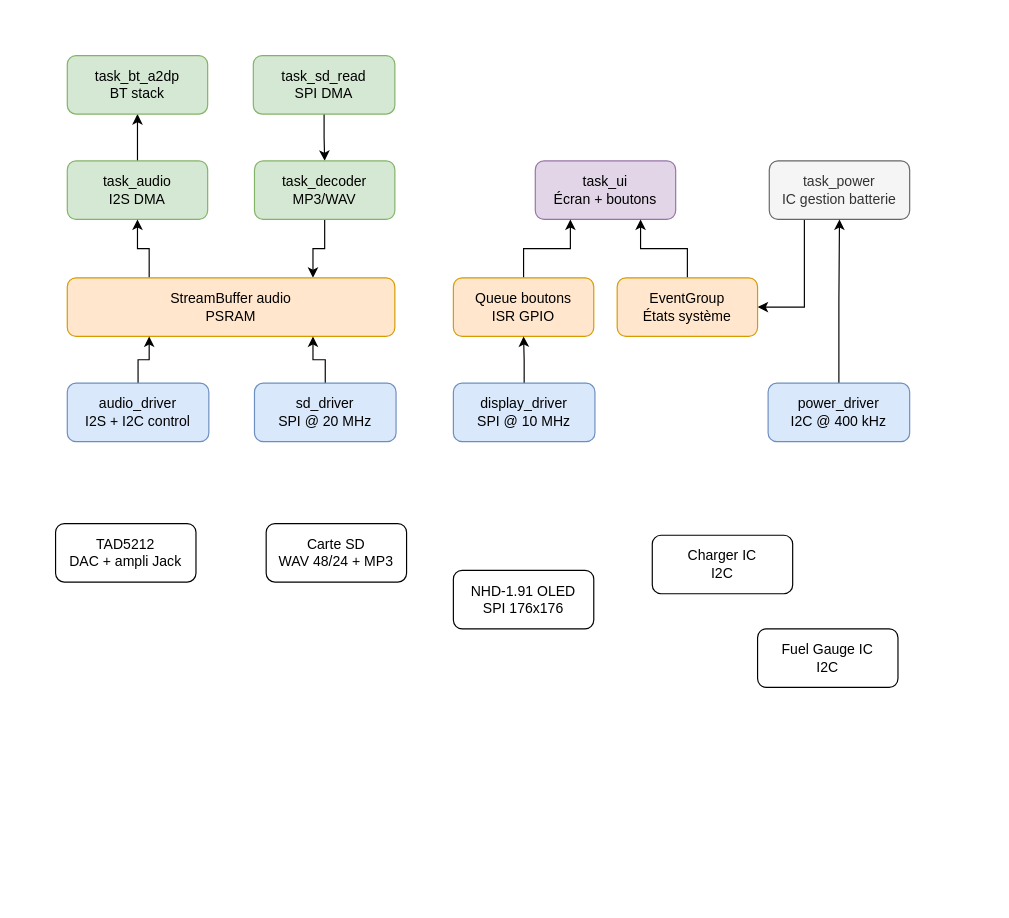
dossantosyann/iPod2.0_Latex_Report keeps this draw.io diagram as assets/figures/Architecture_logicielle.drawio. Above is the earlier version. Source tidied: cells renumbered, new cells numbered last; positions are measured from the earlier drawing's top-left corner, leaving out a move shared by most shapes. Both pictures are drawn from the tidied source at 117%, with x=0, y=0 at pixel (55, 55).
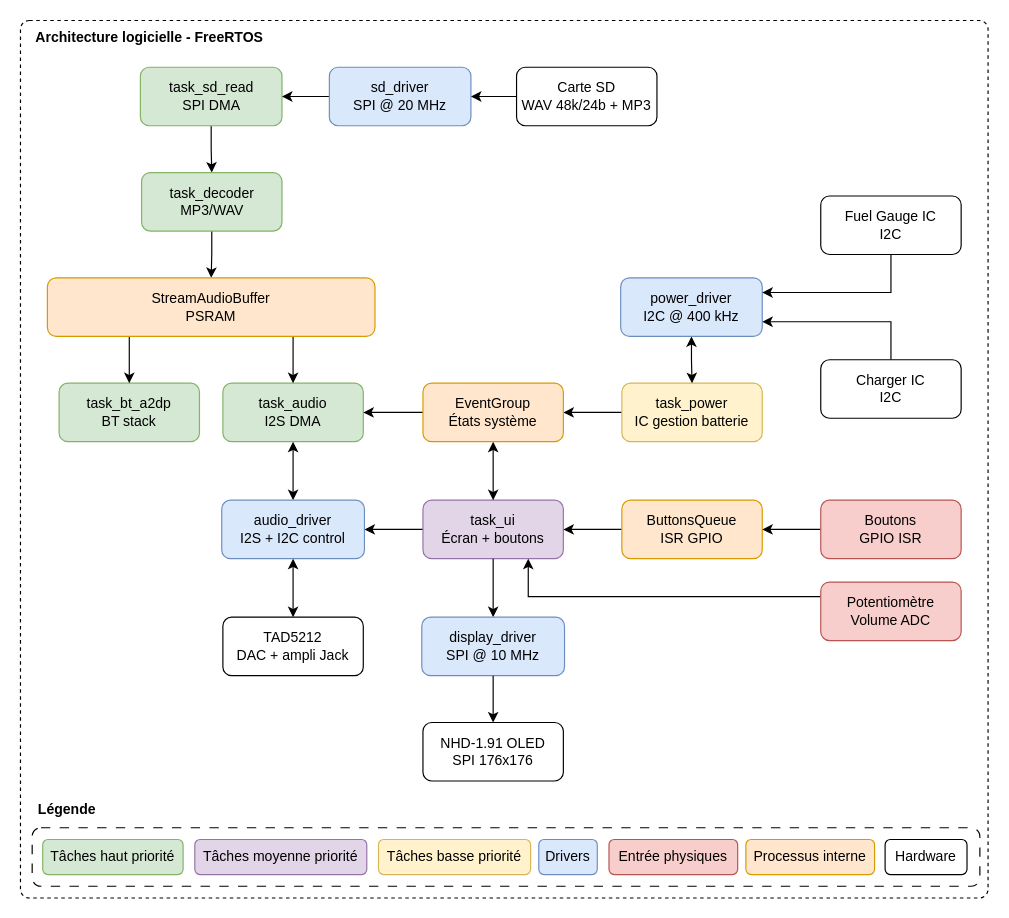
The same page after the edit.

Commit message:
Mettre à jour Architecture_logicielle.drawio

Diff of the diagram source:
```diff
@@
-    <mxCell id="2" style="edgeStyle=orthogonalEdgeStyle;rounded=0;jettySize=auto;html=1;exitX=0.5;exitY=0;exitDx=0;exitDy=0;entryX=0.5;entryY=1;entryDx=0;entryDy=0;" parent="1" edge="1" source="3" target="4">
-      <mxGeometry relative="1" as="geometry" />
-    </mxCell>
+    <mxCell id="31" style="rounded=1;whiteSpace=wrap;html=1;dashed=1;arcSize=1;" parent="1" vertex="1">
+      <mxGeometry x="-30" y="-30" width="827" height="750" as="geometry" />
+    </mxCell>
+    <mxCell id="32" style="rounded=1;whiteSpace=wrap;html=1;dashed=1;dashPattern=8 8;" parent="1" vertex="1">
+      <mxGeometry x="-20" y="660" width="810" height="50" as="geometry" />
+    </mxCell>
+    <mxCell id="33" style="edgeStyle=orthogonalEdgeStyle;rounded=0;jettySize=auto;html=1;startArrow=classic;startFill=1;" parent="1" edge="1" source="3" target="19">
+      <mxGeometry relative="1" as="geometry" />
+    </mxCell>
     <mxCell id="3" value="&lt;div&gt;task_audio&lt;/div&gt;&lt;div&gt;I2S DMA&lt;/div&gt;" style="rounded=1;whiteSpace=wrap;html=1;fillColor=#d5e8d4;strokeColor=#82b366;" parent="1" vertex="1">
-      <mxGeometry x="10" y="90" width="120" height="50" as="geometry" />
+      <mxGeometry x="143" y="280" width="120" height="50" as="geometry" />
     </mxCell>
     <mxCell id="4" value="&lt;div&gt;task_bt_a2dp&lt;/div&gt;&lt;div&gt;BT stack&lt;/div&gt;" style="rounded=1;whiteSpace=wrap;html=1;fillColor=#d5e8d4;strokeColor=#82b366;" parent="1" vertex="1">
-      <mxGeometry x="10" width="120" height="50" as="geometry" />
+      <mxGeometry x="3" y="280" width="120" height="50" as="geometry" />
     </mxCell>
@@
     <mxCell id="6" value="&lt;div&gt;task_sd_read&lt;/div&gt;&lt;div&gt;SPI DMA&lt;/div&gt;" style="rounded=1;whiteSpace=wrap;html=1;fillColor=#d5e8d4;strokeColor=#82b366;" parent="1" vertex="1">
-      <mxGeometry x="169" width="121" height="50" as="geometry" />
+      <mxGeometry x="72.5" y="10" width="121" height="50" as="geometry" />
     </mxCell>
-    <mxCell id="7" style="edgeStyle=orthogonalEdgeStyle;rounded=0;jettySize=auto;html=1;exitX=0.5;exitY=1;exitDx=0;exitDy=0;entryX=0.75;entryY=0;entryDx=0;entryDy=0;" parent="1" edge="1" source="8" target="13">
+    <mxCell id="7" style="edgeStyle=orthogonalEdgeStyle;rounded=0;jettySize=auto;html=1;" parent="1" edge="1" source="8" target="13">
       <mxGeometry relative="1" as="geometry" />
     </mxCell>
     <mxCell id="8" value="&lt;div&gt;task_decoder&lt;/div&gt;&lt;div&gt;MP3/WAV&lt;/div&gt;" style="rounded=1;whiteSpace=wrap;html=1;fillColor=#d5e8d4;strokeColor=#82b366;" parent="1" vertex="1">
-      <mxGeometry x="170" y="90" width="120" height="50" as="geometry" />
+      <mxGeometry x="73.5" y="100" width="120" height="50" as="geometry" />
     </mxCell>
+    <mxCell id="34" style="edgeStyle=orthogonalEdgeStyle;rounded=0;jettySize=auto;html=1;exitX=0;exitY=0.5;exitDx=0;exitDy=0;entryX=1;entryY=0.5;entryDx=0;entryDy=0;" parent="1" edge="1" source="9" target="19">
+      <mxGeometry relative="1" as="geometry" />
+    </mxCell>
     <mxCell id="9" value="&lt;div&gt;task_ui&lt;/div&gt;&lt;div&gt;Écran + boutons&lt;/div&gt;" style="rounded=1;whiteSpace=wrap;html=1;fillColor=#e1d5e7;strokeColor=#9673a6;" parent="1" vertex="1">
-      <mxGeometry x="410" y="90" width="120" height="50" as="geometry" />
+      <mxGeometry x="314" y="380" width="120" height="50" as="geometry" />
     </mxCell>
-    <mxCell id="10" style="edgeStyle=orthogonalEdgeStyle;rounded=0;jettySize=auto;html=1;exitX=0.25;exitY=1;exitDx=0;exitDy=0;entryX=1;entryY=0.5;entryDx=0;entryDy=0;" parent="1" edge="1" source="11" target="17">
+    <mxCell id="10" style="edgeStyle=orthogonalEdgeStyle;rounded=0;jettySize=auto;html=1;" parent="1" edge="1" source="11" target="17">
       <mxGeometry relative="1" as="geometry" />
     </mxCell>
-    <mxCell id="11" value="&lt;div&gt;task_power&lt;/div&gt;&lt;div&gt;IC gestion batterie&lt;/div&gt;" style="rounded=1;whiteSpace=wrap;html=1;fillColor=#f5f5f5;strokeColor=#666666;fontColor=#333333;" parent="1" vertex="1">
-      <mxGeometry x="610" y="90" width="120" height="50" as="geometry" />
+    <mxCell id="11" value="&lt;div&gt;task_power&lt;/div&gt;&lt;div&gt;IC gestion batterie&lt;/div&gt;" style="rounded=1;whiteSpace=wrap;html=1;fillColor=#fff2cc;strokeColor=#d6b656;" parent="1" vertex="1">
+      <mxGeometry x="484" y="280" width="120" height="50" as="geometry" />
     </mxCell>
+    <mxCell id="35" style="edgeStyle=orthogonalEdgeStyle;rounded=0;jettySize=auto;html=1;exitX=0.25;exitY=1;exitDx=0;exitDy=0;entryX=0.5;entryY=0;entryDx=0;entryDy=0;" parent="1" edge="1" source="13" target="4">
+      <mxGeometry relative="1" as="geometry" />
+    </mxCell>
-    <mxCell id="12" style="edgeStyle=orthogonalEdgeStyle;rounded=0;jettySize=auto;html=1;exitX=0.25;exitY=0;exitDx=0;exitDy=0;entryX=0.5;entryY=1;entryDx=0;entryDy=0;" parent="1" edge="1" source="13" target="3">
+    <mxCell id="12" style="edgeStyle=orthogonalEdgeStyle;rounded=0;jettySize=auto;html=1;exitX=0.75;exitY=1;exitDx=0;exitDy=0;entryX=0.5;entryY=0;entryDx=0;entryDy=0;" parent="1" edge="1" source="13" target="3">
       <mxGeometry relative="1" as="geometry" />
     </mxCell>
-    <mxCell id="13" value="&lt;div&gt;StreamBuffer audio&lt;/div&gt;&lt;div&gt;PSRAM&lt;/div&gt;" style="rounded=1;whiteSpace=wrap;html=1;fillColor=#ffe6cc;strokeColor=#d79b00;" parent="1" vertex="1">
-      <mxGeometry x="10" y="190" width="280" height="50" as="geometry" />
+    <mxCell id="13" value="&lt;div&gt;StreamAudioBuffer&lt;/div&gt;&lt;div&gt;PSRAM&lt;/div&gt;" style="rounded=1;whiteSpace=wrap;html=1;fillColor=#ffe6cc;strokeColor=#d79b00;" parent="1" vertex="1">
+      <mxGeometry x="-7" y="190" width="280" height="50" as="geometry" />
     </mxCell>
-    <mxCell id="14" style="edgeStyle=orthogonalEdgeStyle;rounded=0;jettySize=auto;html=1;exitX=0.5;exitY=0;exitDx=0;exitDy=0;entryX=0.25;entryY=1;entryDx=0;entryDy=0;" parent="1" edge="1" source="15" target="9">
+    <mxCell id="14" style="edgeStyle=orthogonalEdgeStyle;rounded=0;jettySize=auto;html=1;" parent="1" edge="1" source="15" target="9">
       <mxGeometry relative="1" as="geometry" />
     </mxCell>
-    <mxCell id="15" value="&lt;div&gt;Queue boutons&lt;/div&gt;ISR GPIO" style="rounded=1;whiteSpace=wrap;html=1;fillColor=#ffe6cc;strokeColor=#d79b00;" parent="1" vertex="1">
-      <mxGeometry x="340" y="190" width="120" height="50" as="geometry" />
+    <mxCell id="15" value="&lt;div&gt;ButtonsQueue&lt;/div&gt;ISR GPIO" style="rounded=1;whiteSpace=wrap;html=1;fillColor=#ffe6cc;strokeColor=#d79b00;" parent="1" vertex="1">
+      <mxGeometry x="484" y="380" width="120" height="50" as="geometry" />
     </mxCell>
-    <mxCell id="16" style="edgeStyle=orthogonalEdgeStyle;rounded=0;jettySize=auto;html=1;exitX=0.5;exitY=0;exitDx=0;exitDy=0;entryX=0.75;entryY=1;entryDx=0;entryDy=0;" parent="1" edge="1" source="17" target="9">
+    <mxCell id="16" style="edgeStyle=orthogonalEdgeStyle;rounded=0;jettySize=auto;html=1;startArrow=classic;startFill=1;" parent="1" edge="1" source="17" target="9">
       <mxGeometry relative="1" as="geometry" />
     </mxCell>
+    <mxCell id="36" style="edgeStyle=orthogonalEdgeStyle;rounded=0;jettySize=auto;html=1;" parent="1" edge="1" source="17" target="3">
+      <mxGeometry relative="1" as="geometry" />
+    </mxCell>
     <mxCell id="17" value="&lt;div&gt;EventGroup&lt;/div&gt;États système" style="rounded=1;whiteSpace=wrap;html=1;fillColor=#ffe6cc;strokeColor=#d79b00;" parent="1" vertex="1">
-      <mxGeometry x="480" y="190" width="120" height="50" as="geometry" />
+      <mxGeometry x="314" y="280" width="120" height="50" as="geometry" />
     </mxCell>
-    <mxCell id="18" style="edgeStyle=orthogonalEdgeStyle;rounded=0;jettySize=auto;html=1;exitX=0.5;exitY=0;exitDx=0;exitDy=0;entryX=0.25;entryY=1;entryDx=0;entryDy=0;" parent="1" edge="1" source="19" target="13">
-      <mxGeometry relative="1" as="geometry" />
-    </mxCell>
     <mxCell id="19" value="&lt;div&gt;audio_driver&lt;/div&gt;&lt;div&gt;I2S + I2C control&lt;/div&gt;" style="rounded=1;whiteSpace=wrap;html=1;fillColor=#dae8fc;strokeColor=#6c8ebf;" parent="1" vertex="1">
-      <mxGeometry x="10" y="280" width="121" height="50" as="geometry" />
+      <mxGeometry x="142" y="380" width="122" height="50" as="geometry" />
     </mxCell>
-    <mxCell id="20" style="edgeStyle=orthogonalEdgeStyle;rounded=0;jettySize=auto;html=1;exitX=0.5;exitY=0;exitDx=0;exitDy=0;entryX=0.75;entryY=1;entryDx=0;entryDy=0;" parent="1" edge="1" source="21" target="13">
-      <mxGeometry relative="1" as="geometry" />
-    </mxCell>
+    <mxCell id="37" style="edgeStyle=orthogonalEdgeStyle;rounded=0;jettySize=auto;html=1;" parent="1" edge="1" source="21" target="6">
+      <mxGeometry relative="1" as="geometry" />
+    </mxCell>
     <mxCell id="21" value="&lt;div&gt;sd_driver&lt;/div&gt;&lt;div&gt;SPI @ 20 MHz&lt;/div&gt;" style="rounded=1;whiteSpace=wrap;html=1;fillColor=#dae8fc;strokeColor=#6c8ebf;" parent="1" vertex="1">
-      <mxGeometry x="170" y="280" width="121" height="50" as="geometry" />
+      <mxGeometry x="234" y="10" width="121" height="50" as="geometry" />
     </mxCell>
-    <mxCell id="22" style="edgeStyle=orthogonalEdgeStyle;rounded=0;jettySize=auto;html=1;exitX=0.5;exitY=0;exitDx=0;exitDy=0;entryX=0.5;entryY=1;entryDx=0;entryDy=0;" parent="1" edge="1" source="23" target="15">
-      <mxGeometry relative="1" as="geometry" />
-    </mxCell>
+    <mxCell id="38" style="edgeStyle=orthogonalEdgeStyle;rounded=0;jettySize=auto;html=1;exitX=0.5;exitY=0;exitDx=0;exitDy=0;entryX=0.5;entryY=1;entryDx=0;entryDy=0;startArrow=classic;startFill=1;endArrow=none;endFill=0;" parent="1" edge="1" source="23" target="9">
+      <mxGeometry relative="1" as="geometry" />
+    </mxCell>
     <mxCell id="23" value="&lt;div&gt;display_driver&lt;/div&gt;&lt;div&gt;SPI @ 10 MHz&lt;/div&gt;" style="rounded=1;whiteSpace=wrap;html=1;fillColor=#dae8fc;strokeColor=#6c8ebf;" parent="1" vertex="1">
-      <mxGeometry x="340" y="280" width="121" height="50" as="geometry" />
+      <mxGeometry x="313" y="480" width="122" height="50" as="geometry" />
     </mxCell>
-    <mxCell id="24" style="edgeStyle=orthogonalEdgeStyle;rounded=0;jettySize=auto;html=1;exitX=0.5;exitY=0;exitDx=0;exitDy=0;entryX=0.5;entryY=1;entryDx=0;entryDy=0;" parent="1" edge="1" source="25" target="11">
+    <mxCell id="24" style="edgeStyle=orthogonalEdgeStyle;rounded=0;jettySize=auto;html=1;startArrow=classic;startFill=1;" parent="1" edge="1" source="25" target="11">
       <mxGeometry relative="1" as="geometry" />
     </mxCell>
     <mxCell id="25" value="&lt;div&gt;power_driver&lt;/div&gt;&lt;div&gt;I2C @ 400 kHz&lt;/div&gt;" style="rounded=1;whiteSpace=wrap;html=1;fillColor=#dae8fc;strokeColor=#6c8ebf;" parent="1" vertex="1">
-      <mxGeometry x="609" y="280" width="121" height="50" as="geometry" />
+      <mxGeometry x="483" y="190" width="121" height="50" as="geometry" />
     </mxCell>
+    <mxCell id="39" style="edgeStyle=orthogonalEdgeStyle;rounded=0;jettySize=auto;html=1;exitX=0.5;exitY=0;exitDx=0;exitDy=0;entryX=0.5;entryY=1;entryDx=0;entryDy=0;startArrow=classic;startFill=1;" parent="1" edge="1" source="26" target="19">
+      <mxGeometry relative="1" as="geometry" />
+    </mxCell>
     <mxCell id="26" value="&lt;div&gt;TAD5212&lt;/div&gt;&lt;div&gt;DAC + ampli Jack&lt;/div&gt;" style="rounded=1;whiteSpace=wrap;html=1;" parent="1" vertex="1">
-      <mxGeometry y="400" width="120" height="50" as="geometry" />
+      <mxGeometry x="143" y="480" width="120" height="50" as="geometry" />
     </mxCell>
+    <mxCell id="40" style="edgeStyle=orthogonalEdgeStyle;rounded=0;jettySize=auto;html=1;" parent="1" edge="1" source="27" target="21">
+      <mxGeometry relative="1" as="geometry" />
+    </mxCell>
-    <mxCell id="27" value="&lt;div&gt;Carte SD&lt;/div&gt;&lt;div&gt;WAV 48/24 + MP3&lt;/div&gt;" style="rounded=1;whiteSpace=wrap;html=1;" parent="1" vertex="1">
-      <mxGeometry x="180" y="400" width="120" height="50" as="geometry" />
+    <mxCell id="27" value="&lt;div&gt;Carte SD&lt;/div&gt;&lt;div&gt;WAV 48k/24b + MP3&lt;/div&gt;" style="rounded=1;whiteSpace=wrap;html=1;" parent="1" vertex="1">
+      <mxGeometry x="394" y="10" width="120" height="50" as="geometry" />
     </mxCell>
+    <mxCell id="41" style="edgeStyle=orthogonalEdgeStyle;rounded=0;jettySize=auto;html=1;exitX=0.5;exitY=0;exitDx=0;exitDy=0;entryX=0.5;entryY=1;entryDx=0;entryDy=0;startArrow=classic;startFill=1;endArrow=none;endFill=0;" parent="1" edge="1" source="28" target="23">
+      <mxGeometry relative="1" as="geometry" />
+    </mxCell>
     <mxCell id="28" value="&lt;div&gt;NHD-1.91 OLED&lt;/div&gt;&lt;div&gt;SPI 176x176&lt;/div&gt;" style="rounded=1;whiteSpace=wrap;html=1;" parent="1" vertex="1">
-      <mxGeometry x="340" y="440" width="120" height="50" as="geometry" />
+      <mxGeometry x="314" y="570" width="120" height="50" as="geometry" />
     </mxCell>
+    <mxCell id="42" style="edgeStyle=orthogonalEdgeStyle;rounded=0;jettySize=auto;html=1;exitX=0.5;exitY=0;exitDx=0;exitDy=0;entryX=1;entryY=0.75;entryDx=0;entryDy=0;" parent="1" edge="1" source="29" target="25">
+      <mxGeometry relative="1" as="geometry" />
+    </mxCell>
     <mxCell id="29" value="&lt;div&gt;Charger IC&lt;/div&gt;&lt;div&gt;I2C&lt;/div&gt;" style="rounded=1;whiteSpace=wrap;html=1;" parent="1" vertex="1">
-      <mxGeometry x="510" y="410" width="120" height="50" as="geometry" />
+      <mxGeometry x="654" y="260" width="120" height="50" as="geometry" />
     </mxCell>
+    <mxCell id="43" style="edgeStyle=orthogonalEdgeStyle;rounded=0;jettySize=auto;html=1;exitX=0.5;exitY=1;exitDx=0;exitDy=0;entryX=1;entryY=0.25;entryDx=0;entryDy=0;" parent="1" edge="1" source="30" target="25">
+      <mxGeometry relative="1" as="geometry" />
+    </mxCell>
     <mxCell id="30" value="&lt;div&gt;Fuel Gauge IC&lt;/div&gt;&lt;div&gt;I2C&lt;/div&gt;" style="rounded=1;whiteSpace=wrap;html=1;" parent="1" vertex="1">
-      <mxGeometry x="600" y="490" width="120" height="50" as="geometry" />
+      <mxGeometry x="654" y="120" width="120" height="50" as="geometry" />
     </mxCell>
+    <mxCell id="44" style="edgeStyle=orthogonalEdgeStyle;rounded=0;jettySize=auto;html=1;" parent="1" edge="1" source="45" target="15">
+      <mxGeometry relative="1" as="geometry" />
+    </mxCell>
+    <mxCell id="45" value="&lt;div&gt;Boutons&lt;/div&gt;&lt;div&gt;GPIO ISR&lt;/div&gt;" style="rounded=1;whiteSpace=wrap;html=1;fillColor=#f8cecc;strokeColor=#b85450;" parent="1" vertex="1">
+      <mxGeometry x="654" y="380" width="120" height="50" as="geometry" />
+    </mxCell>
+    <mxCell id="46" style="edgeStyle=orthogonalEdgeStyle;rounded=0;jettySize=auto;html=1;exitX=0;exitY=0.25;exitDx=0;exitDy=0;entryX=0.75;entryY=1;entryDx=0;entryDy=0;" parent="1" edge="1" source="47" target="9">
+      <mxGeometry relative="1" as="geometry" />
+    </mxCell>
+    <mxCell id="47" value="&lt;div&gt;Potentiomètre&lt;/div&gt;&lt;div&gt;Volume ADC&lt;/div&gt;" style="rounded=1;whiteSpace=wrap;html=1;fillColor=#f8cecc;strokeColor=#b85450;" parent="1" vertex="1">
+      <mxGeometry x="654" y="450" width="120" height="50" as="geometry" />
+    </mxCell>
+    <mxCell id="48" value="Tâches haut priorité" style="rounded=1;whiteSpace=wrap;html=1;fillColor=#d5e8d4;strokeColor=#82b366;" parent="1" vertex="1">
+      <mxGeometry x="-11" y="670" width="120" height="30" as="geometry" />
+    </mxCell>
+    <mxCell id="49" value="Tâches moyenne priorité" style="rounded=1;whiteSpace=wrap;html=1;fillColor=#e1d5e7;strokeColor=#9673a6;" parent="1" vertex="1">
+      <mxGeometry x="119" y="670" width="147" height="30" as="geometry" />
+    </mxCell>
+    <mxCell id="50" value="Tâches basse priorité" style="rounded=1;whiteSpace=wrap;html=1;fillColor=#fff2cc;strokeColor=#d6b656;" parent="1" vertex="1">
+      <mxGeometry x="276" y="670" width="130" height="30" as="geometry" />
+    </mxCell>
+    <mxCell id="51" value="Drivers" style="rounded=1;whiteSpace=wrap;html=1;fillColor=#dae8fc;strokeColor=#6c8ebf;" parent="1" vertex="1">
+      <mxGeometry x="413" y="670" width="50" height="30" as="geometry" />
+    </mxCell>
+    <mxCell id="52" value="&lt;div&gt;Entrée physiques&lt;/div&gt;" style="rounded=1;whiteSpace=wrap;html=1;fillColor=#f8cecc;strokeColor=#b85450;" parent="1" vertex="1">
+      <mxGeometry x="473" y="670" width="110" height="30" as="geometry" />
+    </mxCell>
+    <mxCell id="53" value="Processus interne" style="rounded=1;whiteSpace=wrap;html=1;fillColor=#ffe6cc;strokeColor=#d79b00;" parent="1" vertex="1">
+      <mxGeometry x="590" y="670" width="110" height="30" as="geometry" />
+    </mxCell>
+    <mxCell id="54" value="Hardware" style="rounded=1;whiteSpace=wrap;html=1;" parent="1" vertex="1">
+      <mxGeometry x="709" y="670" width="70" height="30" as="geometry" />
+    </mxCell>
+    <mxCell id="55" value="&lt;b&gt;Légende&lt;/b&gt;" style="text;html=1;whiteSpace=wrap;strokeColor=none;fillColor=none;align=center;verticalAlign=middle;rounded=0;" parent="1" vertex="1">
+      <mxGeometry x="-20" y="630" width="60" height="30" as="geometry" />
+    </mxCell>
+    <mxCell id="56" value="&lt;b&gt;Architecture logicielle - FreeRTOS&lt;/b&gt;" style="text;html=1;whiteSpace=wrap;strokeColor=none;fillColor=none;align=center;verticalAlign=middle;rounded=0;" parent="1" vertex="1">
+      <mxGeometry x="-30" y="-30" width="221" height="30" as="geometry" />
+    </mxCell>
```
